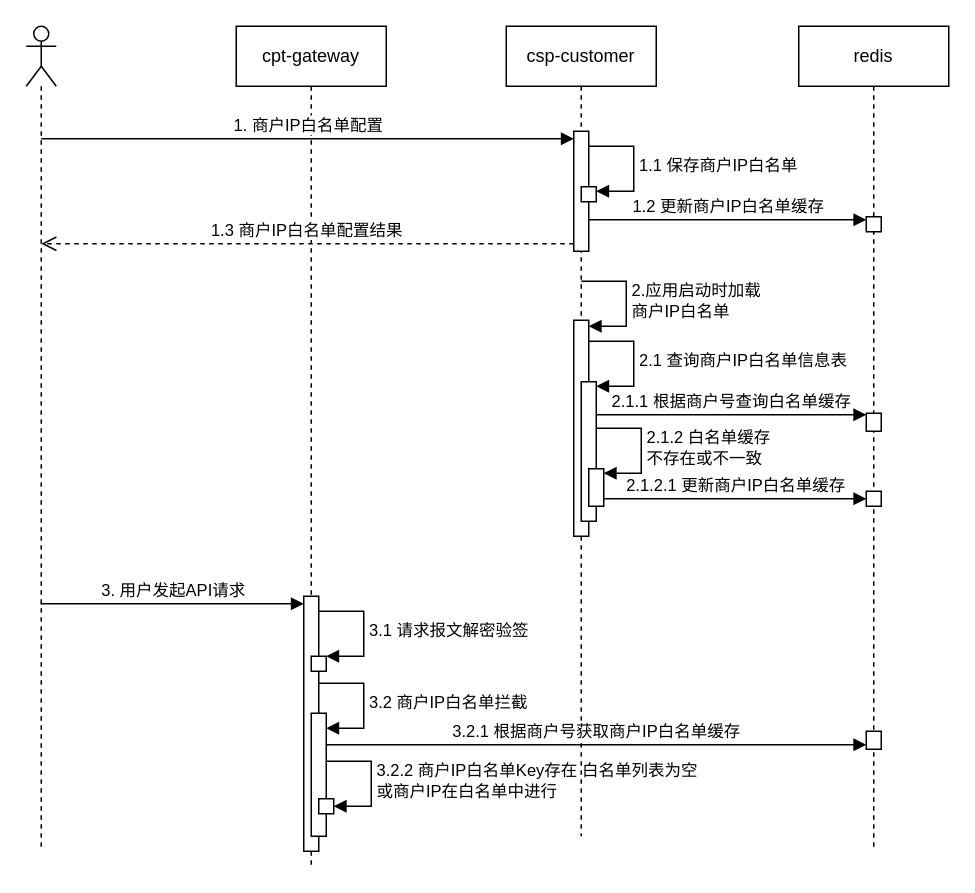
This is 商户IP白名单.drawio from eltweiyao/app-diagrams, a draw.io file, before an edit. Source tidied: cells renumbered, new cells numbered last; positions are measured from the earlier drawing's top-left corner, leaving out a move shared by most shapes. Both pictures are drawn from the tidied source at 150%, with x=0, y=0 at pixel (26, 26).
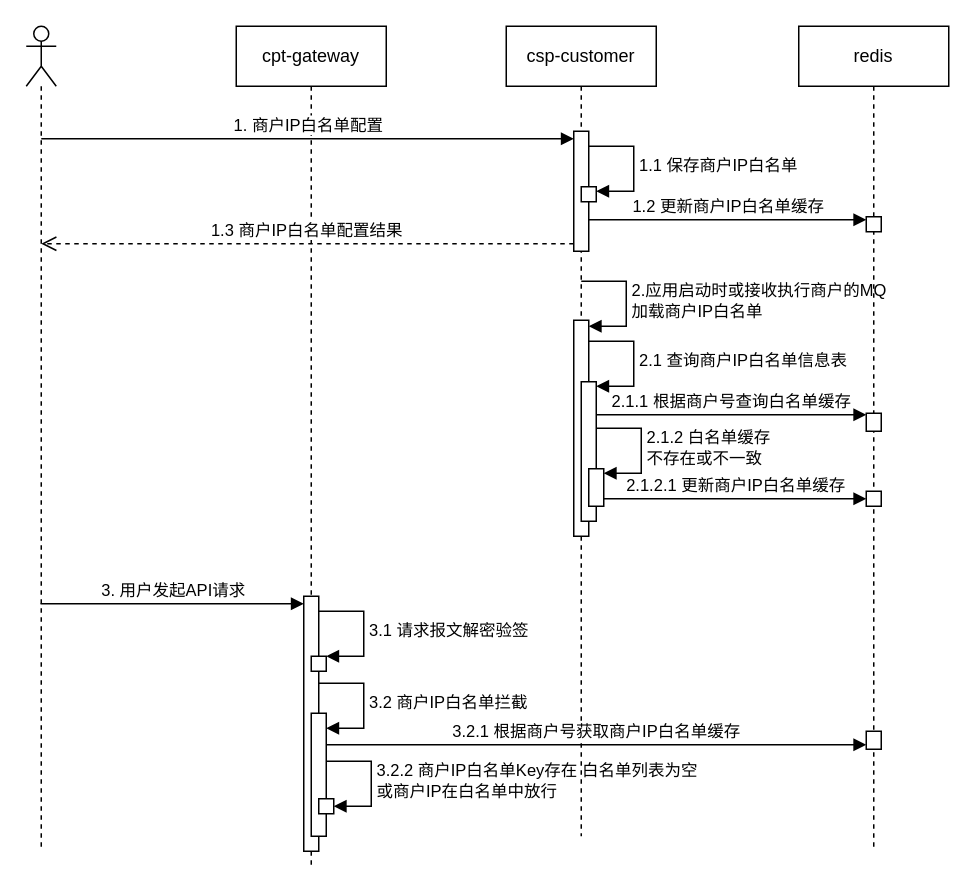
The same page after the edit.

Commit message:
更新商户IP白名单.drawio

Unchanged cells that the change refers to:
```xml
<mxCell id="3" value="cpt-gateway" style="shape=umlLifeline;perimeter=lifelinePerimeter;whiteSpace=wrap;html=1;newEdgeStyle={&quot;curved&quot;:0,&quot;rounded&quot;:0};" parent="1" vertex="1">
  <mxGeometry x="140" width="100" height="560" as="geometry" />
</mxCell>
<mxCell id="9" style="html=1;points=[[0,0,0,0,5],[0,1,0,0,-5],[1,0,0,0,5],[1,1,0,0,-5]];perimeter=orthogonalPerimeter;outlineConnect=0;targetShapes=umlLifeline;portConstraint=eastwest;newEdgeStyle={&quot;curved&quot;:0,&quot;rounded&quot;:0};" parent="3" vertex="1">
  <mxGeometry x="55" y="515" width="10" height="10" as="geometry" />
</mxCell>
<mxCell id="11" value="csp-customer" style="shape=umlLifeline;perimeter=lifelinePerimeter;whiteSpace=wrap;html=1;newEdgeStyle={&quot;curved&quot;:0,&quot;rounded&quot;:0};" parent="1" vertex="1">
  <mxGeometry x="320" width="100" height="540" as="geometry" />
</mxCell>
<mxCell id="15" style="html=1;points=[[0,0,0,0,5],[0,1,0,0,-5],[1,0,0,0,5],[1,1,0,0,-5]];perimeter=orthogonalPerimeter;outlineConnect=0;targetShapes=umlLifeline;portConstraint=eastwest;newEdgeStyle={&quot;curved&quot;:0,&quot;rounded&quot;:0};" parent="11" vertex="1">
  <mxGeometry x="45" y="196" width="10" height="144" as="geometry" />
</mxCell>
```

The edit, as a diff of the source:
```diff
@@
-    <mxCell id="10" value="3.2.2 商户IP白名单Key存在 白名单列表为空&lt;br&gt;或商户IP在白名单中进行" style="html=1;align=left;spacingLeft=2;endArrow=block;rounded=0;edgeStyle=orthogonalEdgeStyle;curved=0;rounded=0;" parent="3" edge="1" target="9">
+    <mxCell id="10" value="3.2.2 商户IP白名单Key存在 白名单列表为空&lt;br&gt;或商户IP在白名单中放行" style="html=1;align=left;spacingLeft=2;endArrow=block;rounded=0;edgeStyle=orthogonalEdgeStyle;curved=0;rounded=0;" parent="3" edge="1" target="9">
       <mxGeometry relative="1" as="geometry">
         <mxPoint x="60" y="490" as="sourcePoint" />
         <Array as="points">
           <mxPoint x="90" y="520" />
         </Array>
       </mxGeometry>
     </mxCell>
@@
-    <mxCell id="16" value="2.应用启动时加载&lt;br&gt;商户IP白名单" style="html=1;align=left;spacingLeft=2;endArrow=block;rounded=0;edgeStyle=orthogonalEdgeStyle;curved=0;rounded=0;" parent="11" edge="1" target="15">
+    <mxCell id="16" value="2.应用启动时或接收执行商户的MQ&lt;br&gt;加载商户IP白名单" style="html=1;align=left;spacingLeft=2;endArrow=block;rounded=0;edgeStyle=orthogonalEdgeStyle;curved=0;rounded=0;" parent="11" edge="1" target="15">
       <mxGeometry relative="1" as="geometry">
         <mxPoint x="50" y="170" as="sourcePoint" />
         <Array as="points">
           <mxPoint x="80" y="200" />
         </Array>
       </mxGeometry>
     </mxCell>
```
